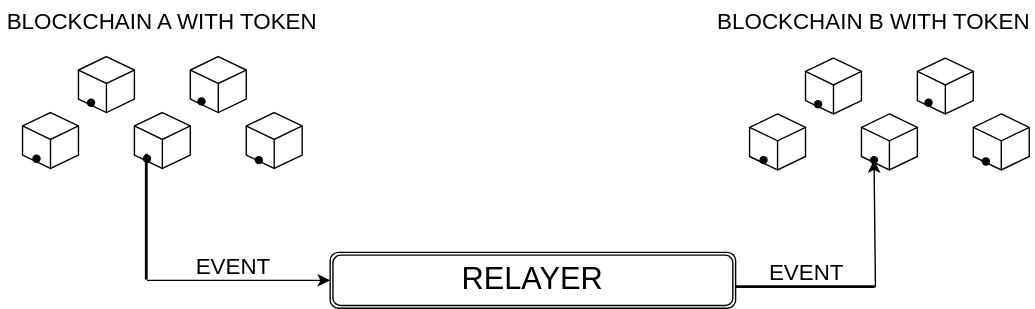
Earlier version of the draw.io export static/img/drawings/relayer.svg (GoFungible/interop-site). Source tidied: cells renumbered, new cells last; positions are measured from the earlier drawing's top-left corner, leaving out a move shared by most shapes.
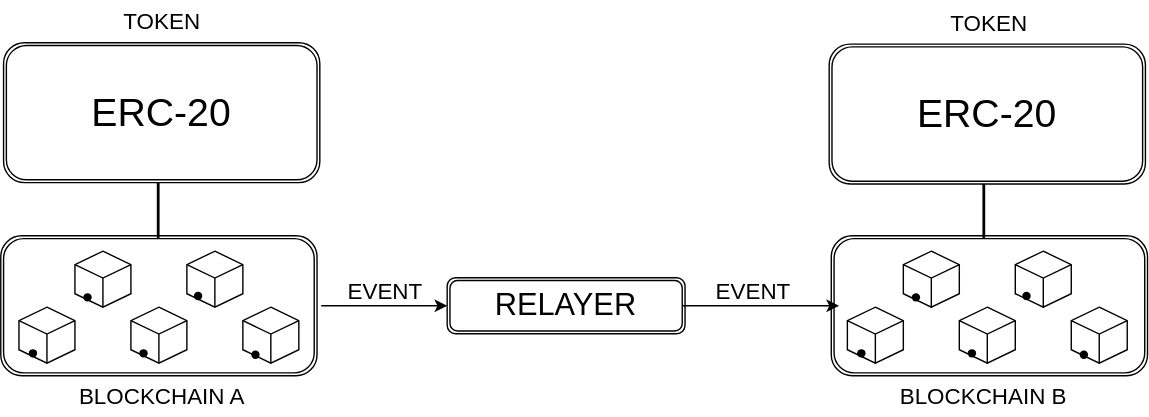
The same file after the commit.

Diff of the diagram source:
```diff
@@ -2,92 +2,115 @@
   <root>
     <mxCell id="0" />
     <mxCell id="1" parent="0" />
+    <mxCell id="31" style="shape=ext;double=1;rounded=1;whiteSpace=wrap;html=1;" parent="1" vertex="1">
+      <mxGeometry x="579.5" y="150" width="226" height="100" as="geometry" />
+    </mxCell>
+    <mxCell id="32" style="shape=ext;double=1;rounded=1;whiteSpace=wrap;html=1;" parent="1" vertex="1">
+      <mxGeometry x="-14" y="150" width="226" height="100" as="geometry" />
+    </mxCell>
     <mxCell id="2" style="html=1;shape=mxgraph.basic.isocube;isoAngle=15;labelBackgroundColor=none;" parent="1" vertex="1">
-      <mxGeometry x="15" y="80" width="40" height="40" as="geometry" />
+      <mxGeometry x="-1" y="201" width="40" height="40" as="geometry" />
     </mxCell>
     <mxCell id="3" style="html=1;shape=mxgraph.basic.isocube;isoAngle=15;labelBackgroundColor=none;" parent="1" vertex="1">
-      <mxGeometry x="135" y="40" width="40" height="40" as="geometry" />
+      <mxGeometry x="119" y="161" width="40" height="40" as="geometry" />
     </mxCell>
     <mxCell id="4" style="html=1;shape=mxgraph.basic.isocube;isoAngle=15;labelBackgroundColor=none;" parent="1" vertex="1">
-      <mxGeometry x="175" y="80" width="40" height="40" as="geometry" />
+      <mxGeometry x="159" y="201" width="40" height="40" as="geometry" />
     </mxCell>
     <mxCell id="5" style="html=1;shape=mxgraph.basic.isocube;isoAngle=15;labelBackgroundColor=none;" parent="1" vertex="1">
-      <mxGeometry x="95" y="80" width="40" height="40" as="geometry" />
+      <mxGeometry x="79" y="201" width="40" height="40" as="geometry" />
     </mxCell>
     <mxCell id="6" style="html=1;shape=mxgraph.basic.isocube;isoAngle=15;labelBackgroundColor=none;" parent="1" vertex="1">
-      <mxGeometry x="55" y="40" width="40" height="40" as="geometry" />
+      <mxGeometry x="39" y="161" width="40" height="40" as="geometry" />
     </mxCell>
     <mxCell id="7" style="shape=waypoint;sketch=0;fillStyle=solid;size=6;fillColor=none;perimeter=centerPerimeter;labelBackgroundColor=none;" parent="1" vertex="1">
-      <mxGeometry x="15" y="103" width="20" height="20" as="geometry" />
+      <mxGeometry x="-1" y="224" width="20" height="20" as="geometry" />
     </mxCell>
     <mxCell id="8" style="shape=waypoint;sketch=0;fillStyle=solid;size=6;fillColor=none;perimeter=centerPerimeter;labelBackgroundColor=none;" parent="1" vertex="1">
-      <mxGeometry x="94" y="103" width="20" height="20" as="geometry" />
+      <mxGeometry x="78" y="224" width="20" height="20" as="geometry" />
     </mxCell>
     <mxCell id="9" style="shape=waypoint;sketch=0;fillStyle=solid;size=6;fillColor=none;perimeter=centerPerimeter;labelBackgroundColor=none;" parent="1" vertex="1">
-      <mxGeometry x="174" y="104" width="20" height="20" as="geometry" />
+      <mxGeometry x="158" y="225" width="20" height="20" as="geometry" />
     </mxCell>
     <mxCell id="10" style="shape=waypoint;sketch=0;fillStyle=solid;size=6;fillColor=none;perimeter=centerPerimeter;labelBackgroundColor=none;" parent="1" vertex="1">
-      <mxGeometry x="133" y="62" width="20" height="20" as="geometry" />
+      <mxGeometry x="117" y="183" width="20" height="20" as="geometry" />
     </mxCell>
     <mxCell id="11" style="shape=waypoint;sketch=0;fillStyle=solid;size=6;fillColor=none;perimeter=centerPerimeter;labelBackgroundColor=none;" parent="1" vertex="1">
-      <mxGeometry x="54" y="63" width="20" height="20" as="geometry" />
+      <mxGeometry x="38" y="184" width="20" height="20" as="geometry" />
     </mxCell>
     <mxCell id="12" value="&lt;font style=&quot;font-size: 22px;&quot;&gt;RELAYER&lt;/font&gt;" style="shape=ext;double=1;rounded=1;whiteSpace=wrap;html=1;labelBackgroundColor=none;" parent="1" vertex="1">
-      <mxGeometry x="235" y="180" width="290" height="40" as="geometry" />
+      <mxGeometry x="305" y="180" width="170" height="40" as="geometry" />
     </mxCell>
-    <mxCell id="13" style="line;strokeWidth=2;direction=south;html=1;labelBackgroundColor=none;" parent="1" vertex="1">
-      <mxGeometry x="99" y="110" width="10" height="90" as="geometry" />
-    </mxCell>
-    <mxCell id="14" style="endArrow=classic;html=1;rounded=0;exitX=1;exitY=0.5;exitDx=0;exitDy=0;exitPerimeter=0;entryX=0;entryY=0.5;entryDx=0;entryDy=0;labelBackgroundColor=none;fontColor=default;" parent="1" edge="1" source="13" target="12">
-      <mxGeometry relative="1" as="geometry" />
+    <mxCell id="14" style="endArrow=classic;html=1;rounded=0;entryX=0;entryY=0.5;entryDx=0;entryDy=0;labelBackgroundColor=none;fontColor=default;" parent="1" edge="1" target="12">
+      <mxGeometry relative="1" as="geometry">
+        <mxPoint x="215" y="200" as="sourcePoint" />
+      </mxGeometry>
     </mxCell>
     <mxCell id="15" style="html=1;shape=mxgraph.basic.isocube;isoAngle=15;labelBackgroundColor=none;" parent="1" vertex="1">
-      <mxGeometry x="535" y="81" width="40" height="40" as="geometry" />
+      <mxGeometry x="591" y="201" width="40" height="40" as="geometry" />
     </mxCell>
     <mxCell id="16" style="html=1;shape=mxgraph.basic.isocube;isoAngle=15;labelBackgroundColor=none;" parent="1" vertex="1">
-      <mxGeometry x="655" y="41" width="40" height="40" as="geometry" />
+      <mxGeometry x="711" y="161" width="40" height="40" as="geometry" />
     </mxCell>
     <mxCell id="17" style="html=1;shape=mxgraph.basic.isocube;isoAngle=15;labelBackgroundColor=none;" parent="1" vertex="1">
-      <mxGeometry x="695" y="81" width="40" height="40" as="geometry" />
+      <mxGeometry x="751" y="201" width="40" height="40" as="geometry" />
     </mxCell>
     <mxCell id="18" style="html=1;shape=mxgraph.basic.isocube;isoAngle=15;labelBackgroundColor=none;" parent="1" vertex="1">
-      <mxGeometry x="615" y="81" width="40" height="40" as="geometry" />
+      <mxGeometry x="671" y="201" width="40" height="40" as="geometry" />
     </mxCell>
     <mxCell id="19" style="html=1;shape=mxgraph.basic.isocube;isoAngle=15;labelBackgroundColor=none;" parent="1" vertex="1">
-      <mxGeometry x="575" y="41" width="40" height="40" as="geometry" />
+      <mxGeometry x="631" y="161" width="40" height="40" as="geometry" />
     </mxCell>
     <mxCell id="20" style="shape=waypoint;sketch=0;fillStyle=solid;size=6;fillColor=none;perimeter=centerPerimeter;labelBackgroundColor=none;" parent="1" vertex="1">
-      <mxGeometry x="535" y="104" width="20" height="20" as="geometry" />
+      <mxGeometry x="591" y="224" width="20" height="20" as="geometry" />
     </mxCell>
     <mxCell id="21" style="shape=waypoint;sketch=0;fillStyle=solid;size=6;points=[];fillColor=none;perimeter=centerPerimeter;snapToPoint=1;labelBackgroundColor=none;" parent="1" vertex="1">
-      <mxGeometry x="614" y="104" width="20" height="20" as="geometry" />
+      <mxGeometry x="670" y="224" width="20" height="20" as="geometry" />
     </mxCell>
     <mxCell id="22" style="shape=waypoint;sketch=0;fillStyle=solid;size=6;fillColor=none;perimeter=centerPerimeter;labelBackgroundColor=none;" parent="1" vertex="1">
-      <mxGeometry x="694" y="105" width="20" height="20" as="geometry" />
+      <mxGeometry x="750" y="225" width="20" height="20" as="geometry" />
     </mxCell>
     <mxCell id="23" style="shape=waypoint;sketch=0;fillStyle=solid;size=6;fillColor=none;perimeter=centerPerimeter;labelBackgroundColor=none;" parent="1" vertex="1">
-      <mxGeometry x="653" y="63" width="20" height="20" as="geometry" />
+      <mxGeometry x="709" y="183" width="20" height="20" as="geometry" />
     </mxCell>
     <mxCell id="24" style="shape=waypoint;sketch=0;fillStyle=solid;size=6;fillColor=none;perimeter=centerPerimeter;labelBackgroundColor=none;" parent="1" vertex="1">
-      <mxGeometry x="574" y="64" width="20" height="20" as="geometry" />
+      <mxGeometry x="630" y="184" width="20" height="20" as="geometry" />
     </mxCell>
-    <mxCell id="25" style="line;strokeWidth=2;html=1;labelBackgroundColor=none;" parent="1" vertex="1">
-      <mxGeometry x="525" y="200" width="100" height="10" as="geometry" />
-    </mxCell>
-    <mxCell id="26" style="endArrow=classic;html=1;rounded=0;exitX=1;exitY=0.5;exitDx=0;exitDy=0;exitPerimeter=0;entryX=0.55;entryY=0.75;entryDx=0;entryDy=0;entryPerimeter=0;labelBackgroundColor=none;fontColor=default;" parent="1" edge="1" source="25" target="21">
-      <mxGeometry relative="1" as="geometry" />
-    </mxCell>
-    <mxCell id="27" value="&lt;font style=&quot;font-size: 16px;&quot;&gt;BLOCKCHAIN A WITH TOKEN&lt;/font&gt;" style="text;html=1;whiteSpace=wrap;strokeColor=none;fillColor=none;align=center;verticalAlign=middle;rounded=0;" parent="1" vertex="1">
-      <mxGeometry width="230" height="30" as="geometry" />
+    <mxCell id="27" value="&lt;font style=&quot;font-size: 16px;&quot;&gt;BLOCKCHAIN A&lt;/font&gt;" style="text;html=1;whiteSpace=wrap;strokeColor=none;fillColor=none;align=center;verticalAlign=middle;rounded=0;" parent="1" vertex="1">
+      <mxGeometry x="23.5" y="250" width="155" height="30" as="geometry" />
     </mxCell>
-    <mxCell id="28" value="&lt;font style=&quot;font-size: 16px;&quot;&gt;BLOCKCHAIN B WITH TOKEN&lt;/font&gt;" style="text;html=1;whiteSpace=wrap;strokeColor=none;fillColor=none;align=center;verticalAlign=middle;rounded=0;" parent="1" vertex="1">
-      <mxGeometry x="509" width="230" height="30" as="geometry" />
-    </mxCell>
     <mxCell id="29" value="&lt;font style=&quot;font-size: 16px;&quot;&gt;EVENT&lt;/font&gt;" style="text;html=1;whiteSpace=wrap;strokeColor=none;fillColor=none;align=center;verticalAlign=middle;rounded=0;" parent="1" vertex="1">
-      <mxGeometry x="133" y="175" width="66" height="30" as="geometry" />
+      <mxGeometry x="228" y="175" width="66" height="30" as="geometry" />
     </mxCell>
+    <mxCell id="33" style="line;strokeWidth=2;direction=south;html=1;" parent="1" vertex="1">
+      <mxGeometry x="94" y="112" width="10" height="40" as="geometry" />
+    </mxCell>
+    <mxCell id="34" style="endArrow=classic;html=1;rounded=0;exitX=1;exitY=0.5;exitDx=0;exitDy=0;exitPerimeter=0;labelBackgroundColor=none;fontColor=default;" parent="1" edge="1">
+      <mxGeometry relative="1" as="geometry">
+        <mxPoint x="473" y="200" as="sourcePoint" />
+        <mxPoint x="585" y="200" as="targetPoint" />
+      </mxGeometry>
+    </mxCell>
     <mxCell id="30" value="&lt;font style=&quot;font-size: 16px;&quot;&gt;EVENT&lt;/font&gt;" style="text;html=1;whiteSpace=wrap;strokeColor=none;fillColor=none;align=center;verticalAlign=middle;rounded=0;" parent="1" vertex="1">
-      <mxGeometry x="543" y="179" width="66" height="30" as="geometry" />
+      <mxGeometry x="491" y="175" width="66" height="30" as="geometry" />
     </mxCell>
+    <mxCell id="35" value="&lt;font style=&quot;font-size: 28px;&quot;&gt;ERC-20&lt;/font&gt;" style="shape=ext;double=1;rounded=1;whiteSpace=wrap;html=1;" parent="1" vertex="1">
+      <mxGeometry x="-12" y="12" width="226" height="100" as="geometry" />
+    </mxCell>
+    <mxCell id="36" value="&lt;font style=&quot;font-size: 16px;&quot;&gt;BLOCKCHAIN B&lt;/font&gt;" style="text;html=1;whiteSpace=wrap;strokeColor=none;fillColor=none;align=center;verticalAlign=middle;rounded=0;" parent="1" vertex="1">
+      <mxGeometry x="611" y="250" width="155" height="30" as="geometry" />
+    </mxCell>
+    <mxCell id="37" style="line;strokeWidth=2;direction=south;html=1;" parent="1" vertex="1">
+      <mxGeometry x="684" y="112" width="10" height="40" as="geometry" />
+    </mxCell>
+    <mxCell id="38" value="&lt;span style=&quot;font-size: 28px;&quot;&gt;ERC-20&lt;/span&gt;" style="shape=ext;double=1;rounded=1;whiteSpace=wrap;html=1;" parent="1" vertex="1">
+      <mxGeometry x="578" y="13" width="226" height="100" as="geometry" />
+    </mxCell>
+    <mxCell id="39" value="&lt;font style=&quot;font-size: 16px;&quot;&gt;TOKEN&lt;/font&gt;" style="text;html=1;whiteSpace=wrap;strokeColor=none;fillColor=none;align=center;verticalAlign=middle;rounded=0;" parent="1" vertex="1">
+      <mxGeometry x="23.5" y="-18" width="155" height="30" as="geometry" />
+    </mxCell>
+    <mxCell id="40" value="&lt;font style=&quot;font-size: 16px;&quot;&gt;TOKEN&lt;/font&gt;" style="text;html=1;whiteSpace=wrap;strokeColor=none;fillColor=none;align=center;verticalAlign=middle;rounded=0;" parent="1" vertex="1">
+      <mxGeometry x="615" y="-17" width="155" height="30" as="geometry" />
+    </mxCell>
   </root>
 </mxGraphModel>
```
